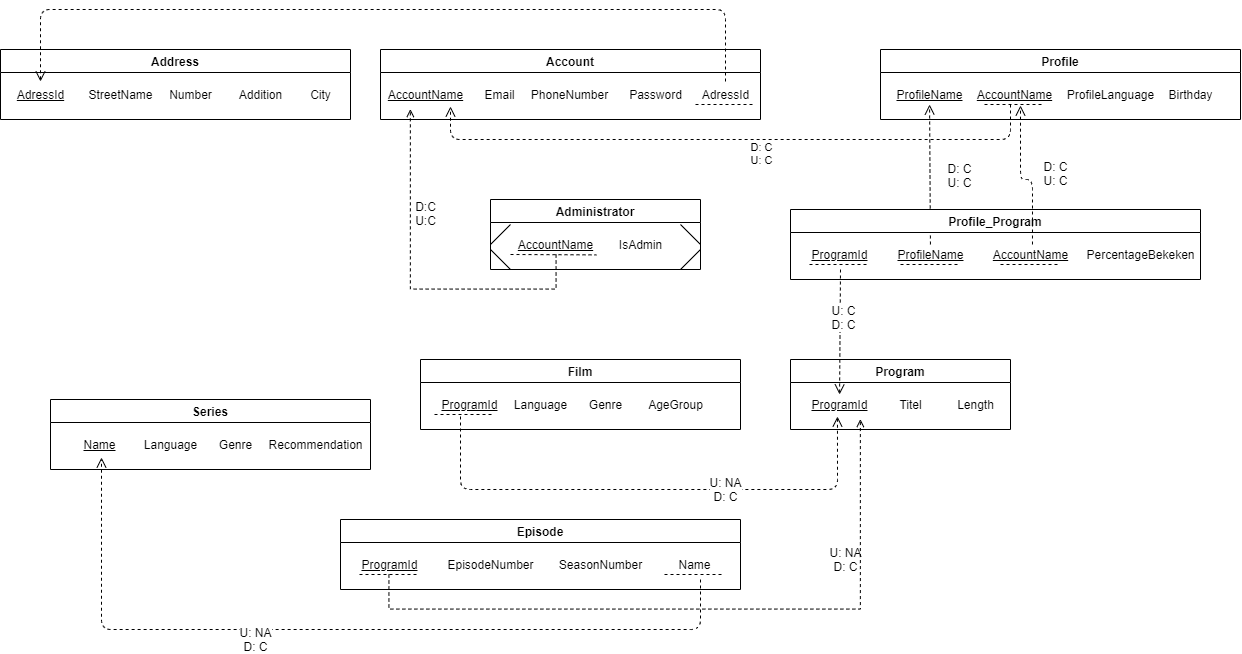
The draw.io diagram bijlages/Relationeel Model.png in JobHaast/NetflixStatisticsEindopdrachtPro2RelDate2, before a commit. Source tidied: cells renumbered, new cells last; positions are measured from the earlier drawing's top-left corner, leaving out a move shared by most shapes.
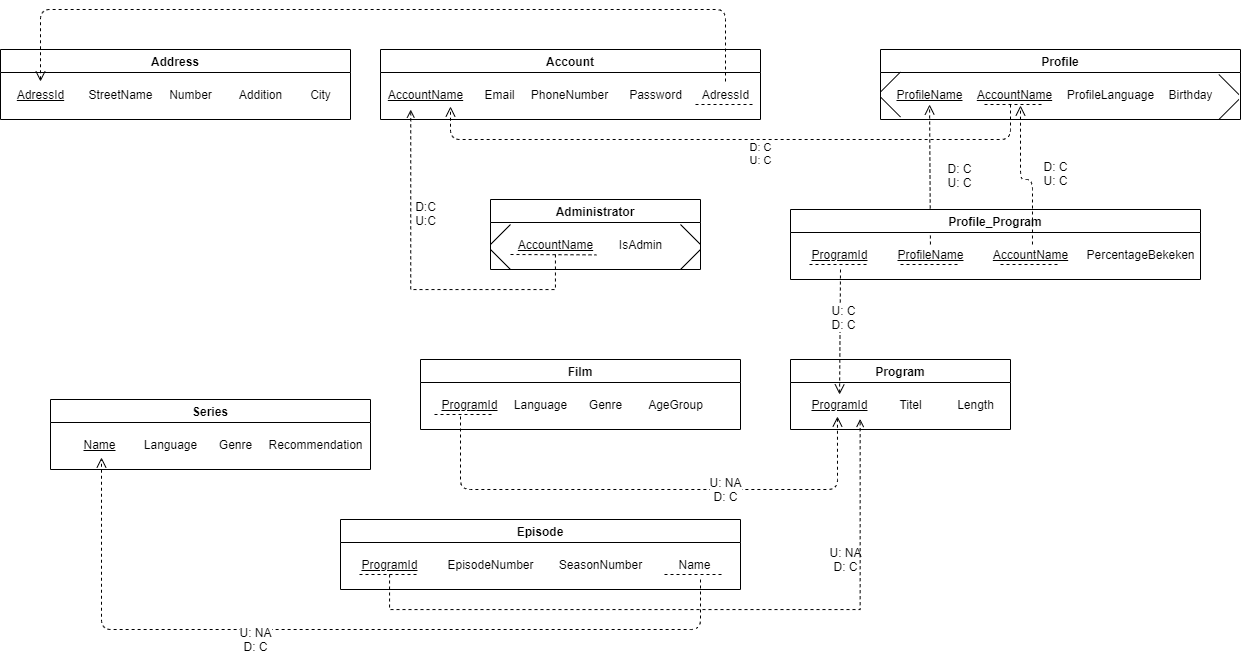
The same diagram one commit later.

Commit message:
Bijlage toegevoegd/aangepast

Diff of the diagram source:
```diff
@@ -74,6 +74,30 @@
         <mxPoint x="164" y="55" as="targetPoint" />
       </mxGeometry>
     </mxCell>
+    <mxCell id="75" style="endArrow=none;html=1;" parent="16" edge="1">
+      <mxGeometry relative="1" as="geometry">
+        <mxPoint x="358.3" y="45" as="sourcePoint" />
+        <mxPoint x="338.3" y="25" as="targetPoint" />
+      </mxGeometry>
+    </mxCell>
+    <mxCell id="76" style="endArrow=none;html=1;" parent="16" edge="1">
+      <mxGeometry relative="1" as="geometry">
+        <mxPoint x="338.3" y="70" as="sourcePoint" />
+        <mxPoint x="358.3" y="50" as="targetPoint" />
+      </mxGeometry>
+    </mxCell>
+    <mxCell id="77" style="endArrow=none;html=1;" parent="16" edge="1">
+      <mxGeometry relative="1" as="geometry">
+        <mxPoint y="42.5" as="sourcePoint" />
+        <mxPoint x="20" y="22.5" as="targetPoint" />
+      </mxGeometry>
+    </mxCell>
+    <mxCell id="78" style="endArrow=none;html=1;" parent="16" edge="1">
+      <mxGeometry relative="1" as="geometry">
+        <mxPoint y="47.5" as="sourcePoint" />
+        <mxPoint x="20" y="67.5" as="targetPoint" />
+      </mxGeometry>
+    </mxCell>
     <mxCell id="22" style="html=1;verticalAlign=bottom;endArrow=open;dashed=1;endSize=8;" parent="1" edge="1" source="29" target="17">
       <mxGeometry relative="1" as="geometry" />
     </mxCell>
```
